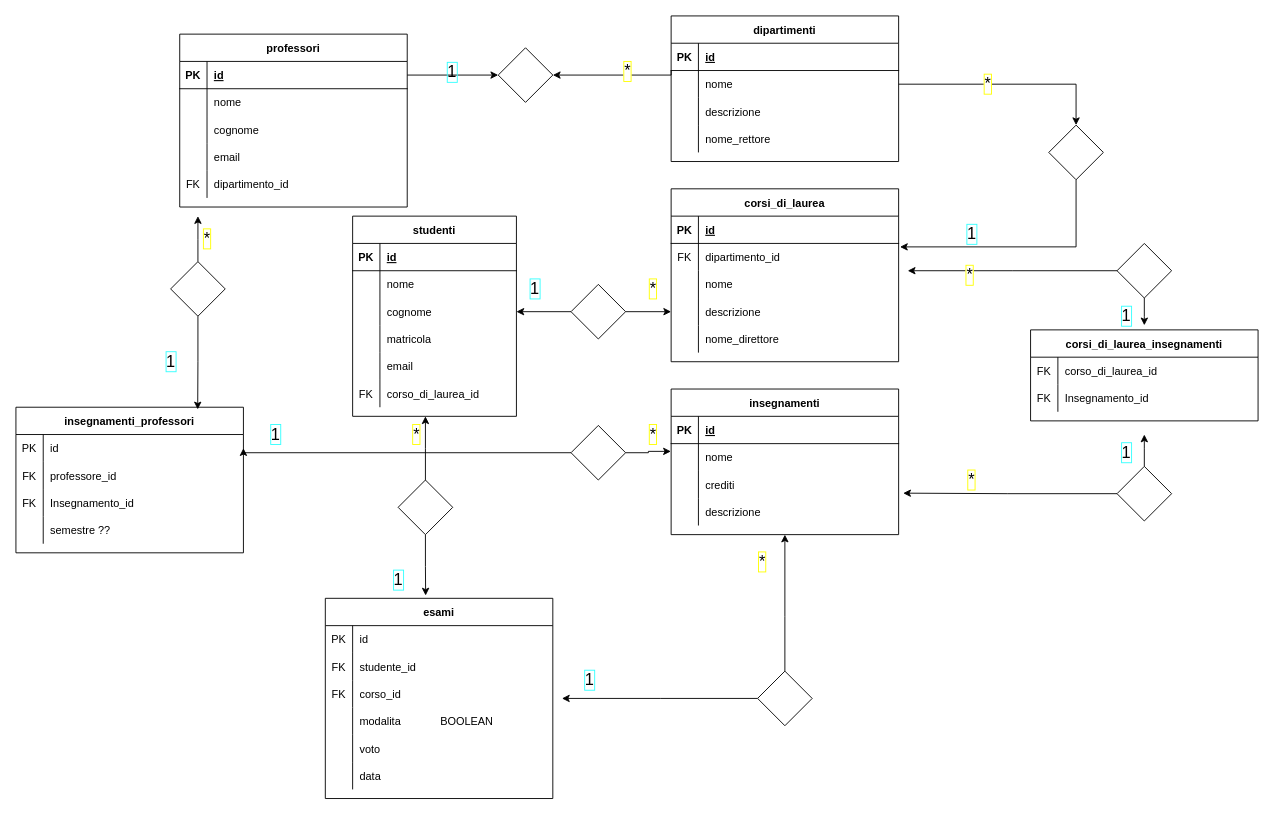
The draw.io diagram university.drawio in antonio-f-bove/db-university, before the edit. Source tidied: cells renumbered, new cells numbered last; positions are measured from the earlier drawing's top-left corner, leaving out a move shared by most shapes. Both pictures are drawn from the tidied source at 91%, with x=0, y=0 at pixel (15, 15).
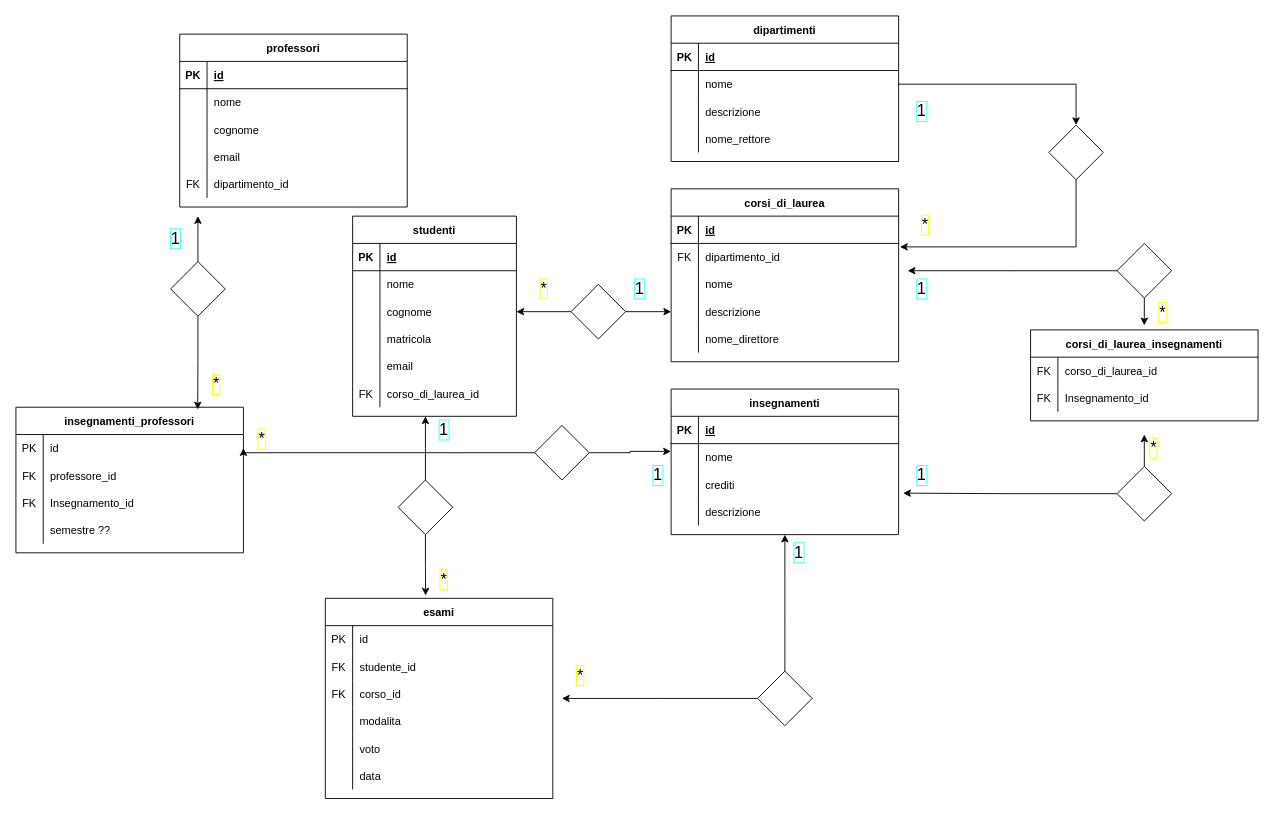
After the change.

Commit message (it also covers changes not shown here):
testing commit and push through terminal

Unchanged cells that the change refers to:
```xml
<mxCell id="3" style="shape=partialRectangle;fillColor=none;points=[[0,0.5],[1,0.5]];portConstraint=eastwest;top=0;left=0;right=0;bottom=1;" parent="2" vertex="1">
  <mxGeometry y="30" width="250" height="30" as="geometry" />
</mxCell>
<mxCell id="6" style="shape=partialRectangle;fillColor=none;points=[[0,0.5],[1,0.5]];portConstraint=eastwest;top=0;left=0;right=0;bottom=0;" parent="2" vertex="1">
  <mxGeometry y="60" width="250" height="30" as="geometry" />
</mxCell>
<mxCell id="32" style="rhombus;whiteSpace=wrap;html=1;rounded=0;shadow=0;sketch=0;perimeterSpacing=0;strokeWidth=1;" parent="1" vertex="1">
  <mxGeometry x="1135" y="120" width="60" height="60" as="geometry" />
</mxCell>
<mxCell id="38" style="shape=partialRectangle;fillColor=none;points=[[0,0.5],[1,0.5]];portConstraint=eastwest;top=0;left=0;right=0;bottom=0;" parent="34" vertex="1">
  <mxGeometry y="60" width="250" height="30" as="geometry" />
</mxCell>
<mxCell id="48" style="shape=partialRectangle;fillColor=none;points=[[0,0.5],[1,0.5]];portConstraint=eastwest;top=0;left=0;right=0;bottom=1;" parent="47" vertex="1">
  <mxGeometry y="30" width="250" height="30" as="geometry" />
</mxCell>
<mxCell id="73" style="shape=partialRectangle;fillColor=none;top=0;left=0;right=0;bottom=0;" parent="63" vertex="1">
  <mxGeometry y="120" width="250" height="30" as="geometry" />
</mxCell>
<mxCell id="123" style="edgeStyle=orthogonalEdgeStyle;rounded=0;jettySize=auto;html=1;fontSize=18;" parent="1" edge="1" source="126">
  <mxGeometry relative="1" as="geometry">
    <mxPoint x="980" y="280" as="targetPoint" />
  </mxGeometry>
</mxCell>
<mxCell id="141" style="shape=partialRectangle;fillColor=none;points=[[0,0.5],[1,0.5]];portConstraint=eastwest;top=0;left=0;right=0;bottom=0;" parent="140" vertex="1">
  <mxGeometry y="30" width="250" height="30" as="geometry" />
</mxCell>
```

Change to the diagram source:
```diff
@@
     <mxCell id="33" value="&lt;font style=&quot;font-size: 18px&quot;&gt;*&lt;/font&gt;" style="edgeStyle=orthogonalEdgeStyle;rounded=0;jettySize=auto;html=1;entryX=0.5;entryY=0;entryDx=0;entryDy=0;labelBorderColor=#FFFF00;" parent="1" edge="1" source="6" target="32">
-      <mxGeometry x="-0.18" relative="1" as="geometry" />
+      <mxGeometry x="-0.75" y="-155" relative="1" as="geometry">
+        <mxPoint x="-1" as="offset" />
+      </mxGeometry>
     </mxCell>
@@
-    <mxCell id="75" value="modalita             BOOLEAN" style="shape=partialRectangle;overflow=hidden;fillColor=none;top=0;left=0;bottom=0;right=0;align=left;spacingLeft=6;" parent="73" vertex="1">
+    <mxCell id="75" value="modalita" style="shape=partialRectangle;overflow=hidden;fillColor=none;top=0;left=0;bottom=0;right=0;align=left;spacingLeft=6;" parent="73" vertex="1">
       <mxGeometry x="30" width="220" height="30" as="geometry" />
     </mxCell>
@@
-    <mxCell id="104" style="rhombus;whiteSpace=wrap;html=1;fontSize=18;rounded=0;shadow=0;sketch=0;perimeterSpacing=0;strokeWidth=1;" parent="1" vertex="1">
-      <mxGeometry x="530" y="35" width="60" height="60" as="geometry" />
-    </mxCell>
-    <mxCell id="105" style="edgeStyle=orthogonalEdgeStyle;rounded=0;jettySize=auto;html=1;entryX=0;entryY=0.5;entryDx=0;entryDy=0;fontSize=18;" parent="1" edge="1" source="48" target="104">
-      <mxGeometry relative="1" as="geometry" />
-    </mxCell>
-    <mxCell id="106" value="&lt;span style=&quot;&quot;&gt;1&lt;/span&gt;" style="edgeLabel;html=1;align=center;verticalAlign=middle;fontSize=18;labelBackgroundColor=none;labelBorderColor=#33FFFF;spacing=2;spacingRight=0;" parent="105" vertex="1">
-      <mxGeometry x="-0.05" y="4" relative="1" as="geometry" />
-    </mxCell>
-    <mxCell id="107" style="edgeStyle=orthogonalEdgeStyle;rounded=0;jettySize=auto;html=1;entryX=1;entryY=0.5;entryDx=0;entryDy=0;fontSize=18;" parent="1" edge="1" source="3" target="104">
-      <mxGeometry relative="1" as="geometry">
-        <Array as="points">
-          <mxPoint x="720" y="65" />
-        </Array>
-      </mxGeometry>
-    </mxCell>
-    <mxCell id="108" value="*" style="edgeLabel;html=1;align=center;verticalAlign=middle;fontSize=18;labelBorderColor=#FFFF00;" parent="107" vertex="1">
-      <mxGeometry x="-0.01" y="2" relative="1" as="geometry">
-        <mxPoint x="13" y="-7" as="offset" />
-      </mxGeometry>
-    </mxCell>
@@
     <mxCell id="115" value="*" style="text;html=1;align=center;verticalAlign=middle;strokeColor=none;fillColor=none;fontSize=18;labelBorderColor=#FFFF00;" parent="1" vertex="1">
-      <mxGeometry x="200" y="230" width="20" height="30" as="geometry" />
+      <mxGeometry x="210" y="390" width="20" height="30" as="geometry" />
     </mxCell>
@@
     <mxCell id="124" value="*" style="edgeLabel;html=1;align=center;verticalAlign=middle;fontSize=18;labelBorderColor=#FFFF00;" parent="123" vertex="1">
-      <mxGeometry x="0.41" y="4" relative="1" as="geometry" />
+      <mxGeometry x="0.41" y="4" relative="1" as="geometry">
+        <mxPoint x="212" y="41" as="offset" />
+      </mxGeometry>
     </mxCell>
@@
     <mxCell id="130" value="1" style="text;html=1;align=center;verticalAlign=middle;strokeColor=none;fillColor=none;fontSize=18;labelBackgroundColor=none;labelBorderColor=#33FFFF;spacing=2;spacingRight=0;" parent="1" vertex="1">
-      <mxGeometry x="1035" y="225" width="30" height="30" as="geometry" />
+      <mxGeometry x="980" y="90" width="30" height="30" as="geometry" />
     </mxCell>
     <mxCell id="131" value="*" style="text;html=1;align=center;verticalAlign=middle;strokeColor=none;fillColor=none;fontSize=18;labelBorderColor=#FFFF00;" parent="1" vertex="1">
-      <mxGeometry x="1040" y="495" width="20" height="30" as="geometry" />
+      <mxGeometry x="1240" y="460" width="20" height="30" as="geometry" />
     </mxCell>
     <mxCell id="132" value="1" style="text;html=1;align=center;verticalAlign=middle;strokeColor=none;fillColor=none;fontSize=18;labelBackgroundColor=none;labelBorderColor=#33FFFF;spacing=2;spacingRight=0;" parent="1" vertex="1">
-      <mxGeometry x="1205" y="315" width="30" height="30" as="geometry" />
+      <mxGeometry x="980" y="285" width="30" height="30" as="geometry" />
     </mxCell>
     <mxCell id="133" value="1" style="text;html=1;align=center;verticalAlign=middle;strokeColor=none;fillColor=none;fontSize=18;labelBackgroundColor=none;labelBorderColor=#33FFFF;spacing=2;spacingRight=0;" parent="1" vertex="1">
-      <mxGeometry x="1205" y="465" width="30" height="30" as="geometry" />
+      <mxGeometry x="980" y="490" width="30" height="30" as="geometry" />
     </mxCell>
     <mxCell id="134" value="*" style="text;html=1;align=center;verticalAlign=middle;strokeColor=none;fillColor=none;fontSize=18;labelBorderColor=#FFFF00;" parent="1" vertex="1">
-      <mxGeometry x="430" y="445" width="20" height="30" as="geometry" />
+      <mxGeometry x="460" y="605" width="20" height="30" as="geometry" />
     </mxCell>
     <mxCell id="135" value="1" style="text;html=1;align=center;verticalAlign=middle;strokeColor=none;fillColor=none;fontSize=18;labelBackgroundColor=none;labelBorderColor=#33FFFF;spacing=2;spacingRight=0;" parent="1" vertex="1">
-      <mxGeometry x="405" y="605" width="30" height="30" as="geometry" />
+      <mxGeometry x="455" y="440" width="30" height="30" as="geometry" />
     </mxCell>
     <mxCell id="136" value="*" style="text;html=1;align=center;verticalAlign=middle;strokeColor=none;fillColor=none;fontSize=18;labelBorderColor=#FFFF00;" parent="1" vertex="1">
-      <mxGeometry x="690" y="285" width="20" height="30" as="geometry" />
+      <mxGeometry x="570" y="285" width="20" height="30" as="geometry" />
     </mxCell>
     <mxCell id="137" value="1" style="text;html=1;align=center;verticalAlign=middle;strokeColor=none;fillColor=none;fontSize=18;labelBackgroundColor=none;labelBorderColor=#33FFFF;spacing=2;spacingRight=0;" parent="1" vertex="1">
-      <mxGeometry x="555" y="285" width="30" height="30" as="geometry" />
+      <mxGeometry x="670" y="285" width="30" height="30" as="geometry" />
     </mxCell>
     <mxCell id="138" value="*" style="text;html=1;align=center;verticalAlign=middle;strokeColor=none;fillColor=none;fontSize=18;labelBorderColor=#FFFF00;" parent="1" vertex="1">
-      <mxGeometry x="810" y="585" width="20" height="30" as="geometry" />
+      <mxGeometry x="610" y="710" width="20" height="30" as="geometry" />
     </mxCell>
     <mxCell id="139" value="1" style="text;html=1;align=center;verticalAlign=middle;strokeColor=none;fillColor=none;fontSize=18;labelBackgroundColor=none;labelBorderColor=#33FFFF;spacing=2;spacingRight=0;" parent="1" vertex="1">
-      <mxGeometry x="615" y="715" width="30" height="30" as="geometry" />
+      <mxGeometry x="845" y="575" width="30" height="30" as="geometry" />
     </mxCell>
@@
     <mxCell id="156" value="1" style="text;html=1;align=center;verticalAlign=middle;strokeColor=none;fillColor=none;fontSize=18;labelBackgroundColor=none;labelBorderColor=#33FFFF;spacing=2;spacingRight=0;" parent="1" vertex="1">
-      <mxGeometry x="155" y="365" width="30" height="30" as="geometry" />
+      <mxGeometry x="160" y="230" width="30" height="30" as="geometry" />
     </mxCell>
+    <mxCell id="158" style="edgeStyle=orthogonalEdgeStyle;rounded=0;jettySize=auto;html=1;entryX=1;entryY=0.5;entryDx=0;entryDy=0;fontSize=18;" parent="1" edge="1" source="159" target="141">
+      <mxGeometry relative="1" as="geometry">
+        <Array as="points">
+          <mxPoint x="250" y="480" />
+        </Array>
+      </mxGeometry>
+    </mxCell>
-    <mxCell id="157" style="edgeStyle=orthogonalEdgeStyle;rounded=0;jettySize=auto;html=1;fontSize=18;entryX=-0.001;entryY=0.284;entryDx=0;entryDy=0;entryPerimeter=0;" parent="1" edge="1" source="159" target="38">
+    <mxCell id="157" style="edgeStyle=orthogonalEdgeStyle;rounded=0;jettySize=auto;html=1;labelBorderColor=#FFFF00;fontSize=18;entryX=-0.001;entryY=0.284;entryDx=0;entryDy=0;entryPerimeter=0;" parent="1" edge="1" source="159" target="38">
       <mxGeometry relative="1" as="geometry" />
     </mxCell>
-    <mxCell id="158" style="edgeStyle=orthogonalEdgeStyle;rounded=0;jettySize=auto;html=1;entryX=1;entryY=0.5;entryDx=0;entryDy=0;fontSize=18;" parent="1" edge="1" source="159" target="141">
-      <mxGeometry relative="1" as="geometry">
-        <Array as="points">
-          <mxPoint x="250" y="480" />
-        </Array>
-      </mxGeometry>
-    </mxCell>
     <mxCell id="159" style="rhombus;whiteSpace=wrap;html=1;fontSize=18;rounded=0;shadow=0;sketch=0;perimeterSpacing=0;strokeWidth=1;" parent="1" vertex="1">
-      <mxGeometry x="610" y="450" width="60" height="60" as="geometry" />
+      <mxGeometry x="570" y="450" width="60" height="60" as="geometry" />
     </mxCell>
     <mxCell id="160" value="1" style="text;html=1;align=center;verticalAlign=middle;strokeColor=none;fillColor=none;fontSize=18;labelBackgroundColor=none;labelBorderColor=#33FFFF;spacing=2;spacingRight=0;" parent="1" vertex="1">
-      <mxGeometry x="270" y="445" width="30" height="30" as="geometry" />
+      <mxGeometry x="690" y="490" width="30" height="30" as="geometry" />
     </mxCell>
     <mxCell id="161" value="*" style="text;html=1;align=center;verticalAlign=middle;strokeColor=none;fillColor=none;fontSize=18;labelBorderColor=#FFFF00;" parent="1" vertex="1">
-      <mxGeometry x="690" y="445" width="20" height="30" as="geometry" />
+      <mxGeometry x="260" y="450" width="20" height="30" as="geometry" />
     </mxCell>
```
